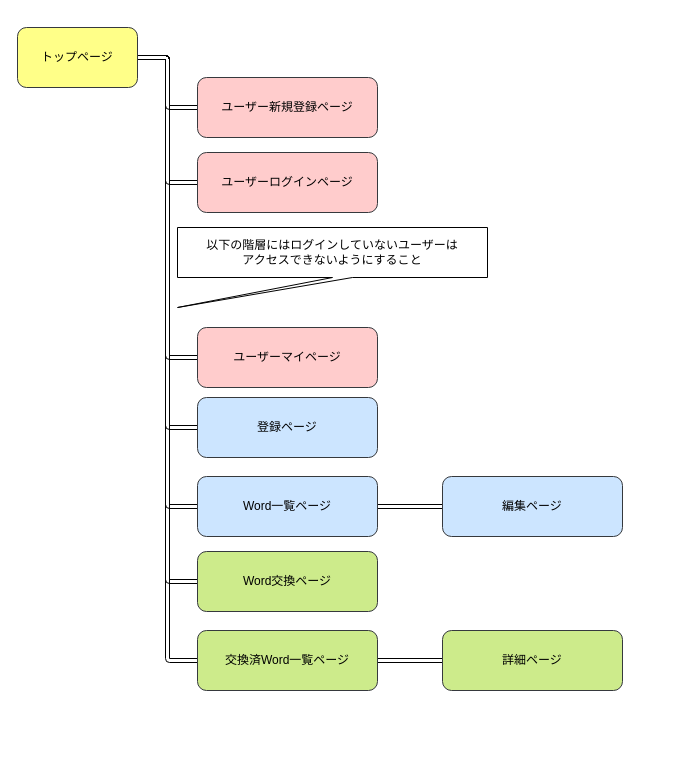
Before: 画面遷移図.dio in portfoliokns/word_experience, a draw.io diagram. Source tidied: cells renumbered, new cells numbered last; positions are measured from the earlier drawing's top-left corner, leaving out a move shared by most shapes. Both pictures are drawn from the tidied source at 100%, with x=0, y=0 at pixel (17, 27).
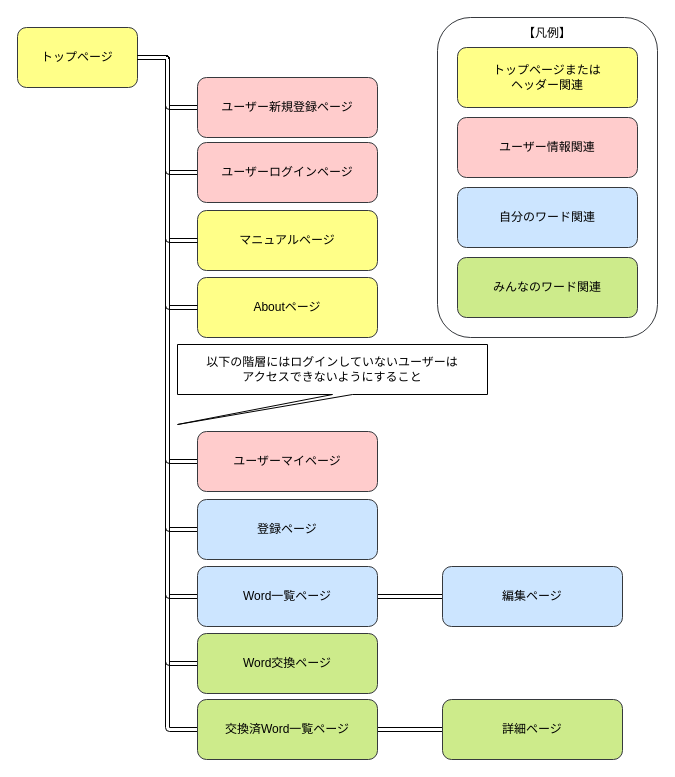
The same page after the edit.

Commit message (it also covers changes not shown here):
画面遷移図修正

Unchanged cells that the change refers to:
```xml
<mxCell id="9" value="&lt;font color=&quot;#000000&quot;&gt;トップページ&lt;/font&gt;" style="rounded=1;whiteSpace=wrap;html=1;fillColor=#ffff88;strokeColor=#36393d;" parent="1" vertex="1">
  <mxGeometry width="120" height="60" as="geometry" />
</mxCell>
```

What changed in the source:
```diff
@@
     <mxCell id="10" value="&lt;font color=&quot;#000000&quot;&gt;ユーザーログインページ&lt;/font&gt;" style="rounded=1;whiteSpace=wrap;html=1;fillColor=#ffcccc;strokeColor=#36393d;" parent="1" vertex="1">
-      <mxGeometry x="180" y="125" width="180" height="60" as="geometry" />
+      <mxGeometry x="180" y="115" width="180" height="60" as="geometry" />
     </mxCell>
@@
     <mxCell id="12" value="&lt;font color=&quot;#000000&quot;&gt;ユーザーマイページ&lt;/font&gt;" style="rounded=1;whiteSpace=wrap;html=1;fillColor=#ffcccc;strokeColor=#36393d;" parent="1" vertex="1">
-      <mxGeometry x="180" y="300" width="180" height="60" as="geometry" />
+      <mxGeometry x="180" y="404" width="180" height="60" as="geometry" />
     </mxCell>
@@
     <mxCell id="14" value="&lt;font color=&quot;#000000&quot;&gt;Word一覧ページ&lt;/font&gt;" style="rounded=1;whiteSpace=wrap;html=1;fillColor=#cce5ff;strokeColor=#36393d;" parent="1" vertex="1">
-      <mxGeometry x="180" y="449" width="180" height="60" as="geometry" />
+      <mxGeometry x="180" y="539" width="180" height="60" as="geometry" />
     </mxCell>
@@
     <mxCell id="16" value="&lt;font color=&quot;#000000&quot;&gt;交換済Word一覧ページ&lt;/font&gt;" style="rounded=1;whiteSpace=wrap;html=1;fillColor=#cdeb8b;strokeColor=#36393d;" parent="1" vertex="1">
-      <mxGeometry x="180" y="603" width="180" height="60" as="geometry" />
+      <mxGeometry x="180" y="672" width="180" height="60" as="geometry" />
     </mxCell>
     <mxCell id="17" value="&lt;font color=&quot;#000000&quot;&gt;登録ページ&lt;/font&gt;" style="rounded=1;whiteSpace=wrap;html=1;fillColor=#cce5ff;strokeColor=#36393d;" parent="1" vertex="1">
-      <mxGeometry x="180" y="370" width="180" height="60" as="geometry" />
+      <mxGeometry x="180" y="472" width="180" height="60" as="geometry" />
     </mxCell>
     <mxCell id="18" value="&lt;font color=&quot;#000000&quot;&gt;編集ページ&lt;/font&gt;" style="rounded=1;whiteSpace=wrap;html=1;fillColor=#cce5ff;strokeColor=#36393d;" parent="1" vertex="1">
-      <mxGeometry x="425" y="449" width="180" height="60" as="geometry" />
+      <mxGeometry x="425" y="539" width="180" height="60" as="geometry" />
     </mxCell>
     <mxCell id="19" value="&lt;font color=&quot;#000000&quot;&gt;詳細ページ&lt;/font&gt;" style="rounded=1;whiteSpace=wrap;html=1;fillColor=#cdeb8b;strokeColor=#36393d;" parent="1" vertex="1">
-      <mxGeometry x="425" y="603" width="180" height="60" as="geometry" />
+      <mxGeometry x="425" y="672" width="180" height="60" as="geometry" />
     </mxCell>
     <mxCell id="20" value="以下の階層にはログインしていないユーザーは&lt;br&gt;アクセスできないようにすること" style="shape=callout;whiteSpace=wrap;html=1;perimeter=calloutPerimeter;fontColor=#000000;fillColor=#FFFFFF;position2=0;" parent="1" vertex="1">
-      <mxGeometry x="160" y="200" width="310" height="80" as="geometry" />
+      <mxGeometry x="160" y="317" width="310" height="80" as="geometry" />
     </mxCell>
     <mxCell id="21" value="&lt;font color=&quot;#000000&quot;&gt;Word交換ページ&lt;/font&gt;" style="rounded=1;whiteSpace=wrap;html=1;fillColor=#cdeb8b;strokeColor=#36393d;" parent="1" vertex="1">
-      <mxGeometry x="180" y="524" width="180" height="60" as="geometry" />
+      <mxGeometry x="180" y="606" width="180" height="60" as="geometry" />
     </mxCell>
+    <mxCell id="22" value="&lt;font color=&quot;#000000&quot;&gt;マニュアルページ&lt;/font&gt;" style="rounded=1;whiteSpace=wrap;html=1;fillColor=#ffff88;strokeColor=#36393d;" parent="1" vertex="1">
+      <mxGeometry x="180" y="183" width="180" height="60" as="geometry" />
+    </mxCell>
+    <mxCell id="23" style="edgeStyle=orthogonalEdgeStyle;shape=link;html=1;entryX=0;entryY=0.5;entryDx=0;entryDy=0;exitX=1;exitY=0.5;exitDx=0;exitDy=0;" parent="1" edge="1" source="9" target="22">
+      <mxGeometry relative="1" as="geometry" />
+    </mxCell>
+    <mxCell id="24" value="&lt;font color=&quot;#000000&quot;&gt;Aboutページ&lt;/font&gt;" style="rounded=1;whiteSpace=wrap;html=1;fillColor=#ffff88;strokeColor=#36393d;" parent="1" vertex="1">
+      <mxGeometry x="180" y="250" width="180" height="60" as="geometry" />
+    </mxCell>
+    <mxCell id="25" style="edgeStyle=orthogonalEdgeStyle;shape=link;html=1;entryX=0;entryY=0.5;entryDx=0;entryDy=0;exitX=1;exitY=0.5;exitDx=0;exitDy=0;" parent="1" edge="1" source="9" target="24">
+      <mxGeometry relative="1" as="geometry" />
+    </mxCell>
+    <mxCell id="26" style="group;" parent="1" vertex="1">
+      <mxGeometry x="420" y="-10" width="220" height="320" as="geometry" />
+    </mxCell>
+    <mxCell id="27" value="&lt;font color=&quot;#000000&quot;&gt;【凡例】&lt;br&gt;&lt;br&gt;&lt;br&gt;&lt;br&gt;&lt;br&gt;&lt;br&gt;&lt;br&gt;&lt;br&gt;&lt;br&gt;&lt;br&gt;&lt;br&gt;&lt;br&gt;&lt;br&gt;&lt;br&gt;&lt;br&gt;&lt;br&gt;&lt;br&gt;&lt;br&gt;&lt;br&gt;&lt;br&gt;&lt;br&gt;&lt;/font&gt;" style="rounded=1;whiteSpace=wrap;html=1;fillColor=#FFFFFF;strokeColor=#36393d;" parent="26" vertex="1">
+      <mxGeometry width="220" height="320" as="geometry" />
+    </mxCell>
+    <mxCell id="28" value="&lt;font color=&quot;#000000&quot;&gt;トップページまたは&lt;br&gt;ヘッダー関連&lt;br&gt;&lt;/font&gt;" style="rounded=1;whiteSpace=wrap;html=1;fillColor=#ffff88;strokeColor=#36393d;" parent="26" vertex="1">
+      <mxGeometry x="20" y="30" width="180" height="60" as="geometry" />
+    </mxCell>
+    <mxCell id="29" value="&lt;font color=&quot;#000000&quot;&gt;ユーザー情報関連&lt;/font&gt;" style="rounded=1;whiteSpace=wrap;html=1;fillColor=#ffcccc;strokeColor=#36393d;" parent="26" vertex="1">
+      <mxGeometry x="20" y="100" width="180" height="60" as="geometry" />
+    </mxCell>
+    <mxCell id="30" value="&lt;font color=&quot;#000000&quot;&gt;自分のワード関連&lt;/font&gt;" style="rounded=1;whiteSpace=wrap;html=1;fillColor=#cce5ff;strokeColor=#36393d;" parent="26" vertex="1">
+      <mxGeometry x="20" y="170" width="180" height="60" as="geometry" />
+    </mxCell>
+    <mxCell id="31" value="&lt;font color=&quot;#000000&quot;&gt;みんなのワード関連&lt;/font&gt;" style="rounded=1;whiteSpace=wrap;html=1;fillColor=#cdeb8b;strokeColor=#36393d;" parent="26" vertex="1">
+      <mxGeometry x="20" y="240" width="180" height="60" as="geometry" />
+    </mxCell>
```
